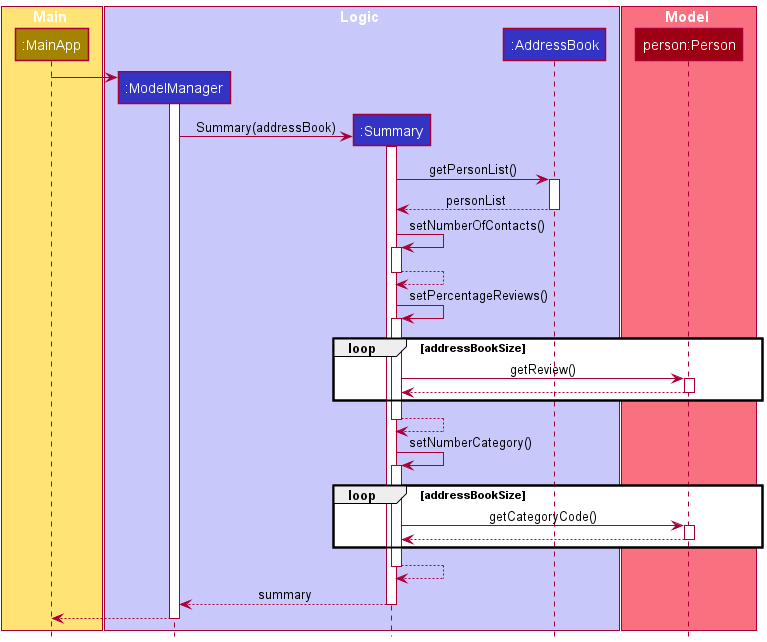
The PlantUML diagram docs/images/SummarySequenceDiagram.png in nus-cs2103-AY2122S1/tp, before a commit.
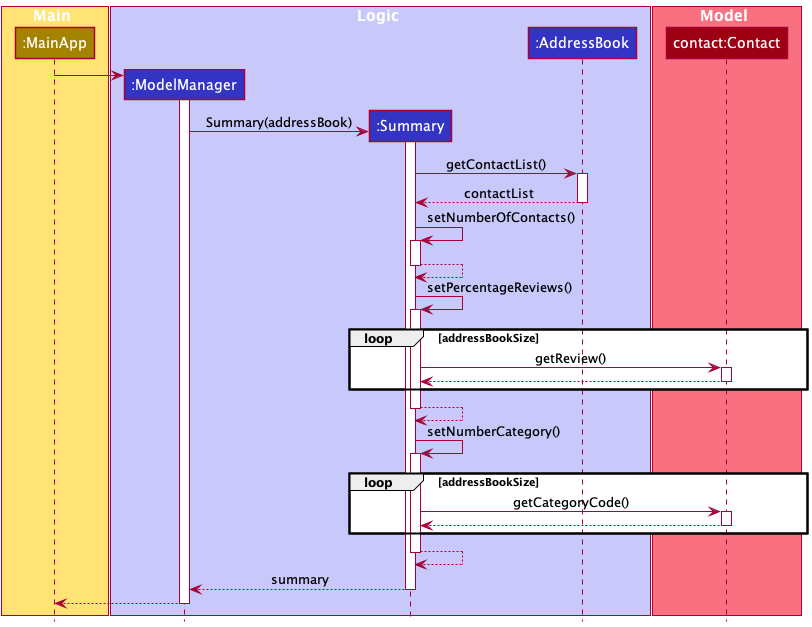
After the change.

The edit, as a diff of the source:
```diff
@@ -16,7 +16,7 @@
 
 box Model MODEL_COLOR_T1
 
-participant "person:Person" as Person MODEL_COLOR
+participant "contact:Contact" as Contact MODEL_COLOR
 end box
 
 
@@ -30,10 +30,10 @@
 ModelManager -> Summary : Summary(addressBook)
 activate Summary
 
-Summary -> AddressBook : getPersonList()
+Summary -> AddressBook : getContactList()
 activate AddressBook
 
-AddressBook --> Summary : personList
+AddressBook --> Summary : contactList
 deactivate AddressBook
 
 Summary -> Summary : setNumberOfContacts()
@@ -46,11 +46,11 @@
 activate Summary
 
 loop addressBookSize
-Summary -> Person : getReview()
-activate Person
+Summary -> Contact : getReview()
+activate Contact
 
-Person --> Summary
-deactivate Person
+Contact --> Summary
+deactivate Contact
 end
 Summary --> Summary
 deactivate Summary
@@ -59,11 +59,11 @@
 activate Summary
 
 loop addressBookSize
-Summary -> Person : getCategoryCode()
-activate Person
+Summary -> Contact : getCategoryCode()
+activate Contact
 
-Person --> Summary
-deactivate Person
+Contact --> Summary
+deactivate Contact
 end
 
 Summary --> Summary
```
